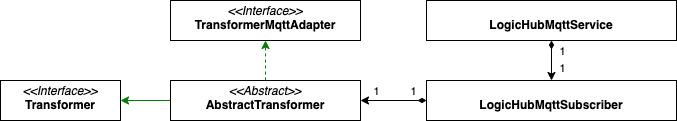
Earlier version of the draw.io export images/Kommunikationsschicht_final.png (MJ7898/Master-Thesis). Source tidied: cells renumbered, new cells last; positions are measured from the earlier drawing's top-left corner, leaving out a move shared by most shapes.
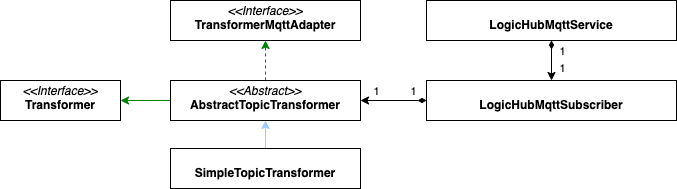
Later version of the same file.

The edit, as a diff of the source:
```diff
@@ -11,7 +11,7 @@
     <mxCell id="4" style="edgeStyle=orthogonalEdgeStyle;rounded=0;jettySize=auto;html=1;entryX=1;entryY=0.5;entryDx=0;entryDy=0;strokeColor=#008200;" parent="1" edge="1" source="5" target="14">
       <mxGeometry relative="1" as="geometry" />
     </mxCell>
-    <mxCell id="5" value="&lt;p style=&quot;margin:0px;margin-top:4px;text-align:center;&quot;&gt;&lt;i&gt;&amp;lt;&amp;lt;Abstract&amp;gt;&amp;gt;&lt;/i&gt;&lt;br&gt;&lt;b&gt;AbstractTransformer&lt;/b&gt;&lt;/p&gt;&lt;p style=&quot;margin:0px;margin-left:4px;&quot;&gt;&lt;br&gt;&lt;/p&gt;" style="verticalAlign=top;align=left;overflow=fill;fontSize=12;fontFamily=Helvetica;html=1;fillColor=none;" parent="1" vertex="1">
+    <mxCell id="5" value="&lt;p style=&quot;margin:0px;margin-top:4px;text-align:center;&quot;&gt;&lt;i&gt;&amp;lt;&amp;lt;Abstract&amp;gt;&amp;gt;&lt;/i&gt;&lt;br&gt;&lt;b&gt;AbstractTopicTransformer&lt;/b&gt;&lt;/p&gt;&lt;p style=&quot;margin:0px;margin-left:4px;&quot;&gt;&lt;br&gt;&lt;/p&gt;" style="verticalAlign=top;align=left;overflow=fill;fontSize=12;fontFamily=Helvetica;html=1;fillColor=none;" parent="1" vertex="1">
       <mxGeometry x="170" y="80" width="190" height="40" as="geometry" />
     </mxCell>
     <mxCell id="6" style="edgeStyle=orthogonalEdgeStyle;rounded=0;jettySize=auto;html=1;startArrow=diamondThin;startFill=1;strokeColor=#000000;" parent="1" edge="1" source="8" target="12">
@@ -47,5 +47,11 @@
     <mxCell id="14" value="&lt;p style=&quot;margin:0px;margin-top:4px;text-align:center;&quot;&gt;&lt;i&gt;&amp;lt;&amp;lt;Interface&amp;gt;&amp;gt;&lt;/i&gt;&lt;br&gt;&lt;b&gt;Transformer&lt;/b&gt;&lt;/p&gt;" style="verticalAlign=top;align=left;overflow=fill;fontSize=12;fontFamily=Helvetica;html=1;fillColor=none;" parent="1" vertex="1">
       <mxGeometry y="80" width="120" height="40" as="geometry" />
     </mxCell>
+    <mxCell id="15" style="edgeStyle=orthogonalEdgeStyle;rounded=0;jettySize=auto;html=1;entryX=0.5;entryY=1;entryDx=0;entryDy=0;strokeColor=#99CCFF;" parent="1" edge="1" source="16" target="5">
+      <mxGeometry relative="1" as="geometry" />
+    </mxCell>
+    <mxCell id="16" value="&lt;p style=&quot;margin: 4px 0px 0px;&quot;&gt;&lt;b&gt;&lt;br&gt;SimpleTopicTransformer&lt;/b&gt;&lt;/p&gt;" style="verticalAlign=top;align=center;overflow=fill;fontSize=12;fontFamily=Helvetica;html=1;fillColor=none;" parent="1" vertex="1">
+      <mxGeometry x="170" y="148" width="190" height="40" as="geometry" />
+    </mxCell>
   </root>
 </mxGraphModel>
```
